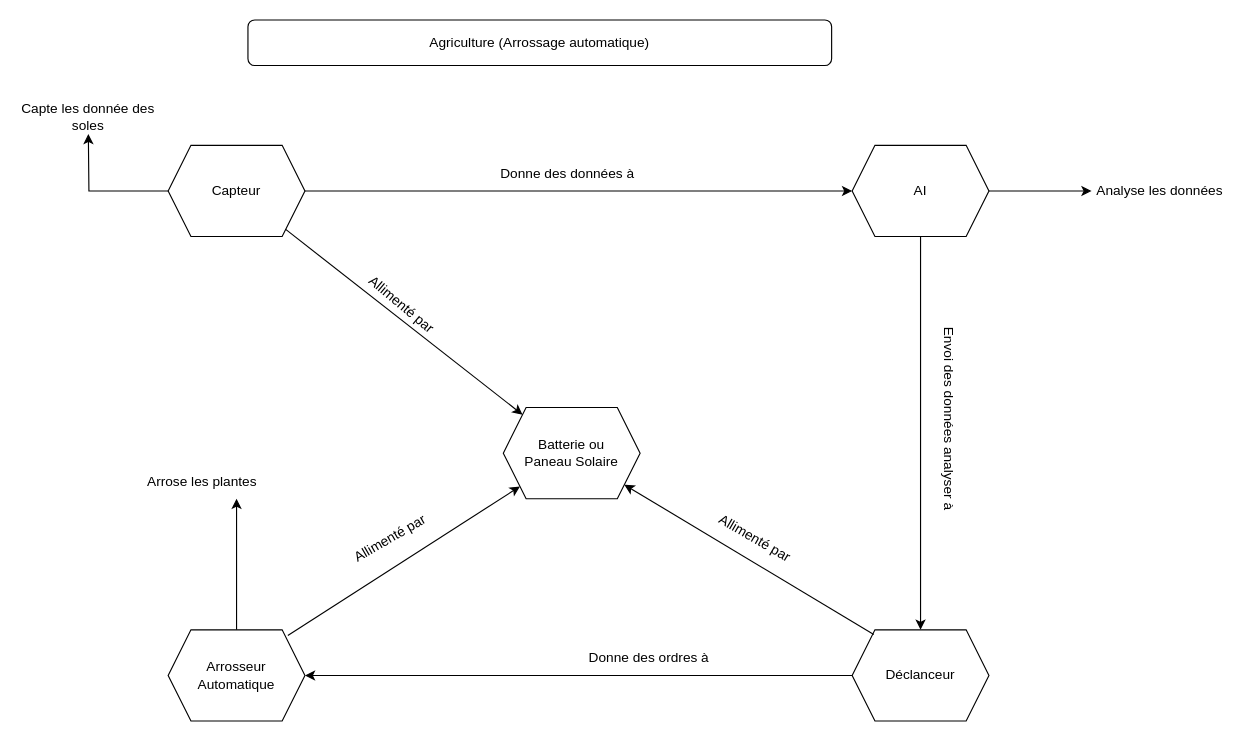
Earlier version of the draw.io diagram Diagramme sans nom.drawio (MarcoKlinko/gestion_biblio). Source tidied: cells renumbered, new cells numbered last; positions are measured from the earlier drawing's top-left corner, leaving out a move shared by most shapes. Both pictures are drawn from the tidied source at 114%, with x=0, y=0 at pixel (19, 19).
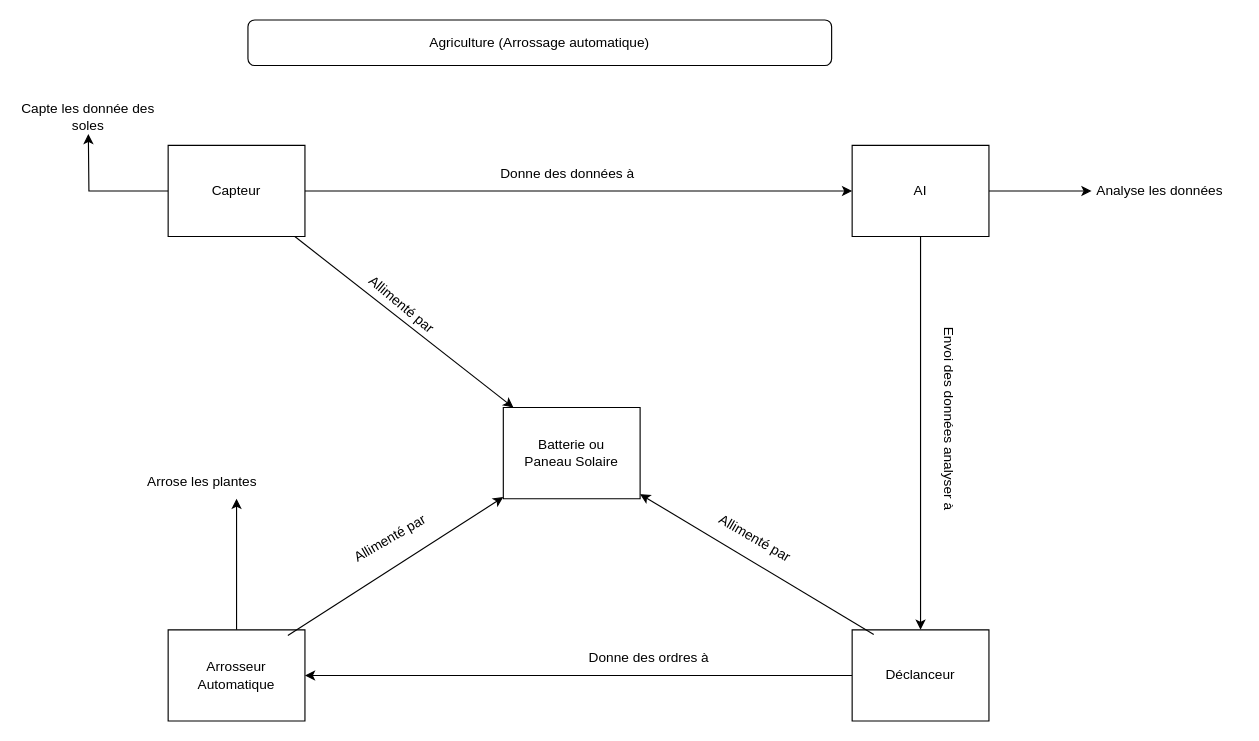
The same diagram, later.

Commit message:
Mettre à jour Diagramme sans nom.drawio

What changed in the source:
```diff
@@
-    <mxCell id="6" style="shape=hexagon;perimeter=hexagonPerimeter2;whiteSpace=wrap;html=1;fixedSize=1;size=20;" parent="1" vertex="1">
+    <mxCell id="6" style="shape=hexagon;perimeter=hexagonPerimeter2;whiteSpace=wrap;html=1;fixedSize=1;size=0;" parent="1" vertex="1">
       <mxGeometry x="130" y="110" width="120" height="80" as="geometry" />
     </mxCell>
@@
-    <mxCell id="10" style="shape=hexagon;perimeter=hexagonPerimeter2;whiteSpace=wrap;html=1;fixedSize=1;size=20;" parent="1" vertex="1">
+    <mxCell id="10" style="shape=hexagon;perimeter=hexagonPerimeter2;whiteSpace=wrap;html=1;fixedSize=1;size=0;" parent="1" vertex="1">
       <mxGeometry x="730" y="110" width="120" height="80" as="geometry" />
     </mxCell>
@@
-    <mxCell id="12" style="shape=hexagon;perimeter=hexagonPerimeter2;whiteSpace=wrap;html=1;fixedSize=1;size=20;" parent="1" vertex="1">
+    <mxCell id="12" style="shape=hexagon;perimeter=hexagonPerimeter2;whiteSpace=wrap;html=1;fixedSize=1;size=0;" parent="1" vertex="1">
       <mxGeometry x="730" y="535" width="120" height="80" as="geometry" />
     </mxCell>
@@
-    <mxCell id="14" style="shape=hexagon;perimeter=hexagonPerimeter2;whiteSpace=wrap;html=1;fixedSize=1;size=20;" parent="1" vertex="1">
+    <mxCell id="14" style="shape=hexagon;perimeter=hexagonPerimeter2;whiteSpace=wrap;html=1;fixedSize=1;size=0;" parent="1" vertex="1">
       <mxGeometry x="130" y="535" width="120" height="80" as="geometry" />
     </mxCell>
-    <mxCell id="15" style="shape=hexagon;perimeter=hexagonPerimeter2;whiteSpace=wrap;html=1;fixedSize=1;size=20;" parent="1" vertex="1">
+    <mxCell id="15" style="shape=hexagon;perimeter=hexagonPerimeter2;whiteSpace=wrap;html=1;fixedSize=1;size=-4;" parent="1" vertex="1">
       <mxGeometry x="424" y="340" width="120" height="80" as="geometry" />
     </mxCell>
```
